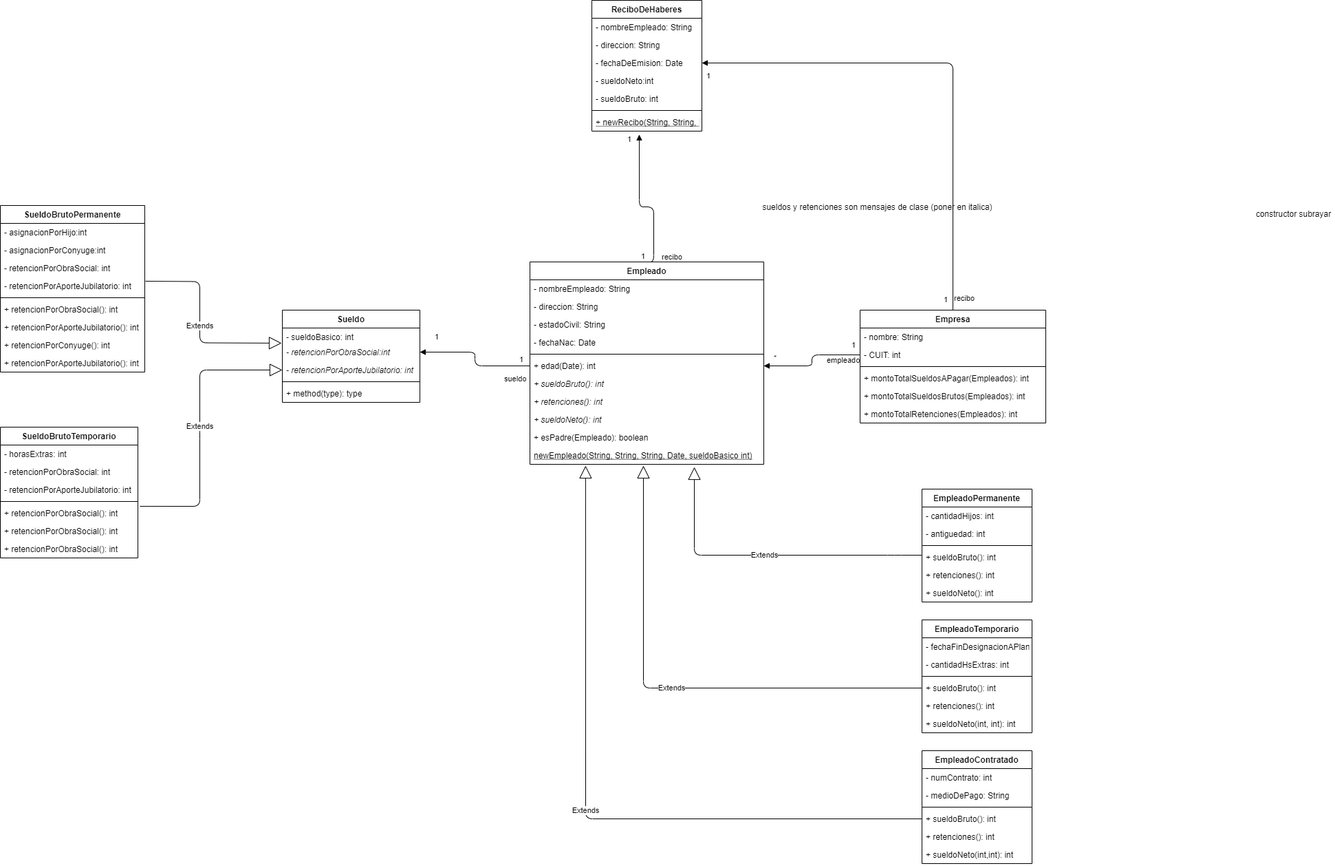
Earlier version of the draw.io export src/ar/edu/unq/po2/TP2 - UML.png (CarlosAlbertoBarria/unqui-poo2-barria). Source tidied: cells renumbered, new cells last; positions are measured from the earlier drawing's top-left corner, leaving out a move shared by most shapes.
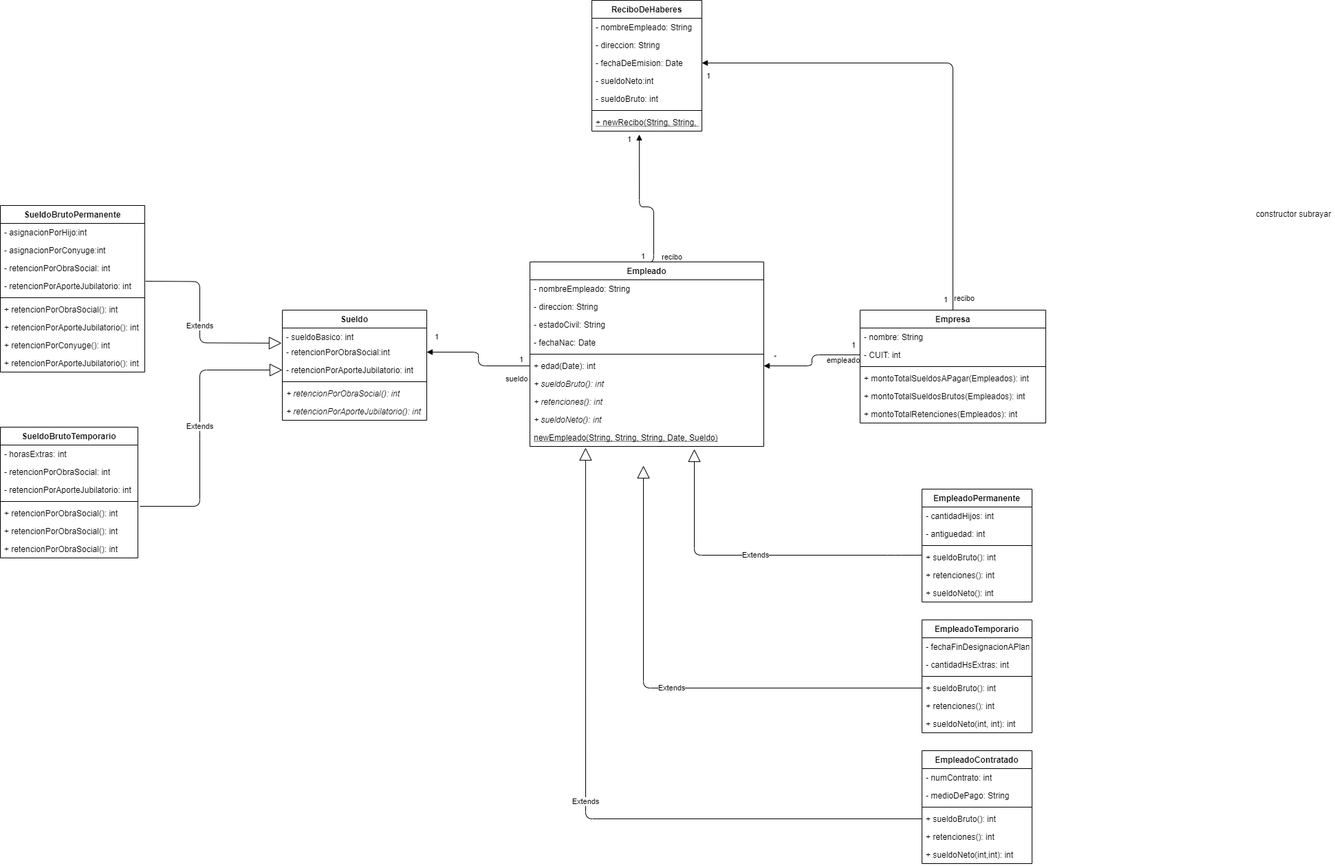
Above is the later version.

What changed in the source:
```diff
@@ -11,9 +11,6 @@
         </Array>
       </mxGeometry>
     </mxCell>
-    <mxCell id="3" value="sueldos y retenciones son mensajes de clase (poner en italica)" style="text;html=1;align=center;verticalAlign=middle;fillColor=none;strokeColor=none;rounded=0;" parent="1" vertex="1">
-      <mxGeometry x="1100" y="290" width="350" height="20" as="geometry" />
-    </mxCell>
     <mxCell id="4" value="Extends" style="endArrow=block;endSize=16;endFill=0;html=1;exitX=1.005;exitY=0.231;exitDx=0;exitDy=0;exitPerimeter=0;entryX=-0.005;entryY=0;entryDx=0;entryDy=0;entryPerimeter=0;" parent="1" edge="1" source="47" target="31">
       <mxGeometry relative="1" as="geometry">
         <Array as="points">
@@ -115,23 +112,26 @@
       <mxGeometry y="138" width="160" height="26" as="geometry" />
     </mxCell>
     <mxCell id="29" value="Sueldo" style="swimlane;fontStyle=1;align=center;verticalAlign=top;horizontal=1;startSize=26;" parent="1" vertex="1">
-      <mxGeometry x="410" y="450" width="200" height="134" as="geometry" />
+      <mxGeometry x="410" y="450" width="210" height="160" as="geometry" />
     </mxCell>
     <mxCell id="30" value="- sueldoBasico: int" style="text;strokeColor=none;fillColor=none;align=left;verticalAlign=top;spacingLeft=4;spacingRight=4;overflow=hidden;" parent="29" vertex="1">
-      <mxGeometry y="26" width="200" height="22" as="geometry" />
+      <mxGeometry y="26" width="210" height="22" as="geometry" />
     </mxCell>
-    <mxCell id="31" value="- retencionPorObraSocial:int" style="text;strokeColor=none;fillColor=none;align=left;verticalAlign=top;spacingLeft=4;spacingRight=4;overflow=hidden;points=[[0,0.5],[1,0.5]];portConstraint=eastwest;fontStyle=2;" parent="29" vertex="1">
-      <mxGeometry y="48" width="200" height="26" as="geometry" />
+    <mxCell id="31" value="- retencionPorObraSocial:int" style="text;strokeColor=none;fillColor=none;align=left;verticalAlign=top;spacingLeft=4;spacingRight=4;overflow=hidden;points=[[0,0.5],[1,0.5]];portConstraint=eastwest;fontStyle=0;" parent="29" vertex="1">
+      <mxGeometry y="48" width="210" height="26" as="geometry" />
     </mxCell>
-    <mxCell id="32" value="- retencionPorAporteJubilatorio: int" style="text;strokeColor=none;fillColor=none;align=left;verticalAlign=top;spacingLeft=4;spacingRight=4;overflow=hidden;points=[[0,0.5],[1,0.5]];portConstraint=eastwest;fontStyle=2;" parent="29" vertex="1">
-      <mxGeometry y="74" width="200" height="26" as="geometry" />
+    <mxCell id="32" value="- retencionPorAporteJubilatorio: int" style="text;strokeColor=none;fillColor=none;align=left;verticalAlign=top;spacingLeft=4;spacingRight=4;overflow=hidden;points=[[0,0.5],[1,0.5]];portConstraint=eastwest;fontStyle=0;" parent="29" vertex="1">
+      <mxGeometry y="74" width="210" height="26" as="geometry" />
     </mxCell>
     <mxCell id="33" style="line;strokeWidth=1;fillColor=none;align=left;verticalAlign=middle;spacingTop=-1;spacingLeft=3;spacingRight=3;labelPosition=right;" parent="29" vertex="1">
-      <mxGeometry y="100" width="200" height="8" as="geometry" />
+      <mxGeometry y="100" width="210" height="8" as="geometry" />
     </mxCell>
-    <mxCell id="34" value="+ method(type): type" style="text;strokeColor=none;fillColor=none;align=left;verticalAlign=top;spacingLeft=4;spacingRight=4;overflow=hidden;" parent="29" vertex="1">
-      <mxGeometry y="108" width="200" height="26" as="geometry" />
+    <mxCell id="34" value="+ retencionPorObraSocial(): int" style="text;strokeColor=none;fillColor=none;align=left;verticalAlign=top;spacingLeft=4;spacingRight=4;overflow=hidden;fontStyle=2;" parent="29" vertex="1">
+      <mxGeometry y="108" width="210" height="26" as="geometry" />
     </mxCell>
+    <mxCell id="93" value="+ retencionPorAporteJubilatorio(): int" style="text;strokeColor=none;fillColor=none;align=left;verticalAlign=top;spacingLeft=4;spacingRight=4;overflow=hidden;fontStyle=2;" parent="29" vertex="1">
+      <mxGeometry y="134" width="210" height="26" as="geometry" />
+    </mxCell>
     <mxCell id="35" value="SueldoBrutoTemporario" style="swimlane;fontStyle=1;align=center;verticalAlign=top;horizontal=1;startSize=26;" parent="1" vertex="1">
       <mxGeometry y="620" width="200" height="190" as="geometry" />
     </mxCell>
@@ -232,7 +232,7 @@
       <mxGeometry y="164" width="160" height="26" as="geometry" />
     </mxCell>
     <mxCell id="68" value="Empleado" style="swimlane;fontStyle=1;align=center;verticalAlign=top;horizontal=1;startSize=26;" parent="1" vertex="1">
-      <mxGeometry x="770" y="380" width="340" height="294" as="geometry" />
+      <mxGeometry x="770" y="380" width="340" height="268" as="geometry" />
     </mxCell>
     <mxCell id="69" value="- nombreEmpleado: String" style="text;strokeColor=none;fillColor=none;align=left;verticalAlign=top;spacingLeft=4;spacingRight=4;overflow=hidden;" parent="68" vertex="1">
       <mxGeometry y="26" width="340" height="26" as="geometry" />
@@ -261,11 +261,8 @@
     <mxCell id="77" value="+ sueldoNeto(): int" style="text;strokeColor=none;fillColor=none;align=left;verticalAlign=top;spacingLeft=4;spacingRight=4;overflow=hidden;fontStyle=2;" parent="68" vertex="1">
       <mxGeometry y="216" width="340" height="26" as="geometry" />
     </mxCell>
-    <mxCell id="78" value="+ esPadre(Empleado): boolean" style="text;strokeColor=none;fillColor=none;align=left;verticalAlign=top;spacingLeft=4;spacingRight=4;overflow=hidden;" parent="68" vertex="1">
-      <mxGeometry y="242" width="340" height="26" as="geometry" />
-    </mxCell>
-    <mxCell id="79" value="newEmpleado(String, String, String, Date, sueldoBasico int)" style="text;strokeColor=none;fillColor=none;align=left;verticalAlign=top;spacingLeft=4;spacingRight=4;overflow=hidden;points=[[0,0.5],[1,0.5]];portConstraint=eastwest;fontStyle=4;" parent="68" vertex="1">
-      <mxGeometry y="268" width="340" height="26" as="geometry" />
+    <mxCell id="79" value="newEmpleado(String, String, String, Date, Sueldo)" style="text;strokeColor=none;fillColor=none;align=left;verticalAlign=top;spacingLeft=4;spacingRight=4;overflow=hidden;points=[[0,0.5],[1,0.5]];portConstraint=eastwest;fontStyle=4;" parent="68" vertex="1">
+      <mxGeometry y="242" width="340" height="26" as="geometry" />
     </mxCell>
     <mxCell id="80" value="EmpleadoContratado" style="swimlane;fontStyle=1;align=center;verticalAlign=top;horizontal=1;startSize=26;" parent="1" vertex="1">
       <mxGeometry x="1340" y="1090" width="160" height="164" as="geometry" />
```
